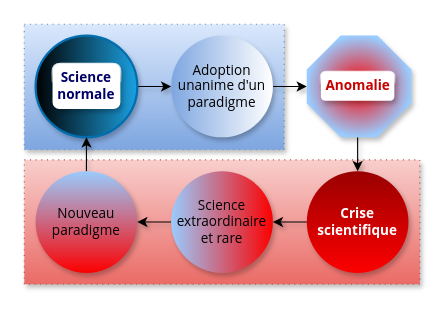
Before: pic/changement_paradigme.drawio in ljpetkovic/Seminaire_doctoral_CERES_270324, a draw.io diagram. Source tidied: cells renumbered, new cells numbered last; positions are measured from the earlier drawing's top-left corner, leaving out a move shared by most shapes. Both pictures are drawn from the tidied source at 113%, with x=0, y=0 at pixel (24, 24).
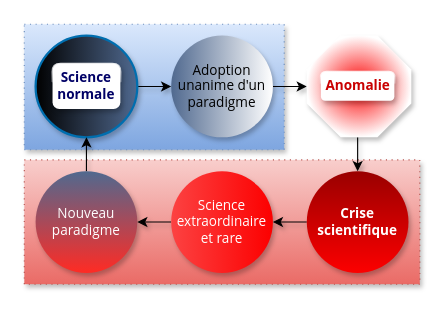
The same page after the edit.

What changed in the source:
```diff
@@
-    <mxCell id="5" style="ellipse;whiteSpace=wrap;html=1;shadow=1;fontStyle=0;labelBorderColor=none;fillColor=#1ba1e2;strokeColor=#006EAF;strokeWidth=2;fontFamily=Open Sans;fontColor=#ffffff;align=center;gradientColor=default;gradientDirection=west;" parent="1" vertex="1">
+    <mxCell id="5" style="ellipse;whiteSpace=wrap;html=1;shadow=1;fontStyle=0;labelBorderColor=none;fillColor=#50698F;strokeColor=#006EAF;strokeWidth=2;fontFamily=Open Sans;fontColor=#ffffff;align=center;gradientColor=default;gradientDirection=west;" parent="1" vertex="1">
       <mxGeometry x="10" y="10" width="90" height="90" as="geometry" />
     </mxCell>
@@
-    <mxCell id="7" value="Adoption unanime d'un paradigme" style="ellipse;whiteSpace=wrap;html=1;shadow=1;fontStyle=0;labelBorderColor=none;fontFamily=Open Sans;strokeColor=none;gradientColor=#7EA6E0;gradientDirection=west;" parent="1" vertex="1">
+    <mxCell id="7" value="Adoption unanime d'un paradigme" style="ellipse;whiteSpace=wrap;html=1;shadow=1;fontStyle=0;labelBorderColor=none;fontFamily=Open Sans;strokeColor=none;gradientColor=#50698F;gradientDirection=west;" parent="1" vertex="1">
       <mxGeometry x="130" y="10" width="90" height="90" as="geometry" />
     </mxCell>
@@
-    <mxCell id="9" style="whiteSpace=wrap;html=1;shape=mxgraph.basic.octagon2;align=center;verticalAlign=middle;dx=15;shadow=1;fontStyle=1;labelBorderColor=none;fillColor=#FC0000;strokeColor=none;gradientColor=#99CCFF;fontFamily=Open Sans;fillStyle=zigzag-line;gradientDirection=radial;strokeWidth=1;" parent="1" vertex="1">
+    <mxCell id="9" style="whiteSpace=wrap;html=1;shape=mxgraph.basic.octagon2;align=center;verticalAlign=middle;dx=15;shadow=1;fontStyle=1;labelBorderColor=none;fillColor=#FC0000;strokeColor=none;gradientColor=#FFFFFF;fontFamily=Open Sans;fillStyle=zigzag-line;gradientDirection=radial;strokeWidth=1;" parent="1" vertex="1">
       <mxGeometry x="250" y="10" width="92.5" height="90" as="geometry" />
     </mxCell>
@@
-    <mxCell id="14" value="Nouveau paradigme" style="ellipse;whiteSpace=wrap;html=1;shadow=1;fontStyle=0;labelBorderColor=none;fontFamily=Open Sans;fillColor=#FC0000;strokeColor=none;gradientColor=#99CCFF;gradientDirection=north;perimeterSpacing=0;" parent="1" vertex="1">
+    <mxCell id="14" value="&lt;font color=&quot;#ffffff&quot;&gt;Nouveau paradigme&lt;/font&gt;" style="ellipse;whiteSpace=wrap;html=1;shadow=1;fontStyle=0;labelBorderColor=none;fontFamily=Open Sans;fillColor=#FF2B24;strokeColor=none;gradientColor=#50698F;gradientDirection=north;perimeterSpacing=0;" parent="1" vertex="1">
       <mxGeometry x="10" y="130" width="90" height="90" as="geometry" />
     </mxCell>
@@
-    <mxCell id="17" value="Science extraordinaire et rare" style="ellipse;whiteSpace=wrap;html=1;shadow=1;fontStyle=0;labelBorderColor=none;fontFamily=Open Sans;fillColor=#99CCFF;strokeColor=none;gradientColor=#FC0000;gradientDirection=east;" parent="1" vertex="1">
+    <mxCell id="17" value="&lt;font color=&quot;#ffffff&quot;&gt;Science extraordinaire et rare&lt;/font&gt;" style="ellipse;whiteSpace=wrap;html=1;shadow=1;fontStyle=0;labelBorderColor=none;fontFamily=Open Sans;fillColor=#FC4242;strokeColor=none;gradientColor=#FC0000;gradientDirection=east;" parent="1" vertex="1">
       <mxGeometry x="130" y="130" width="90" height="90" as="geometry" />
     </mxCell>
```
